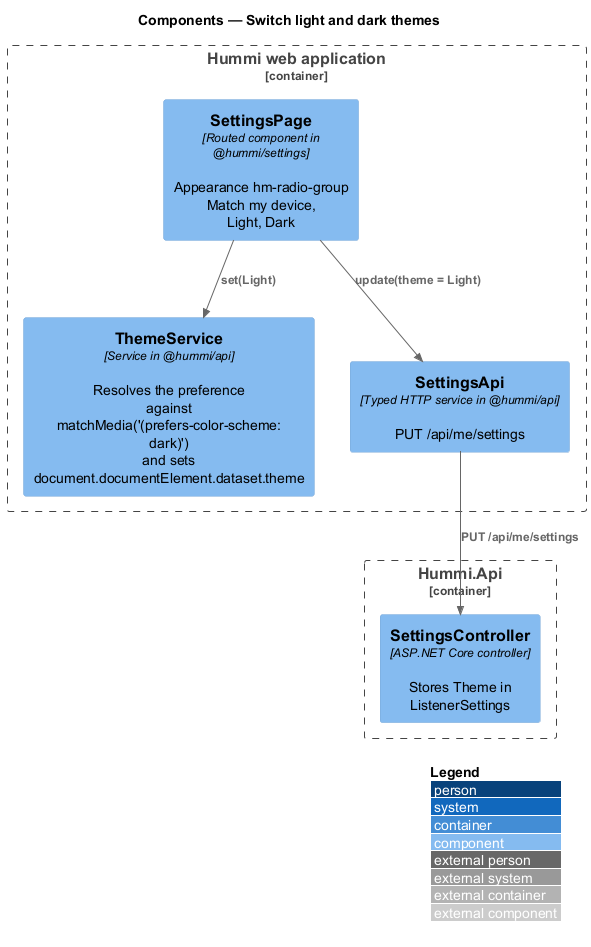
Before: docs/detailed-designs/interface/themes/diagrams/c4-component.png, a diagram exported from PlantUML (QuinntyneBrown/hummi).
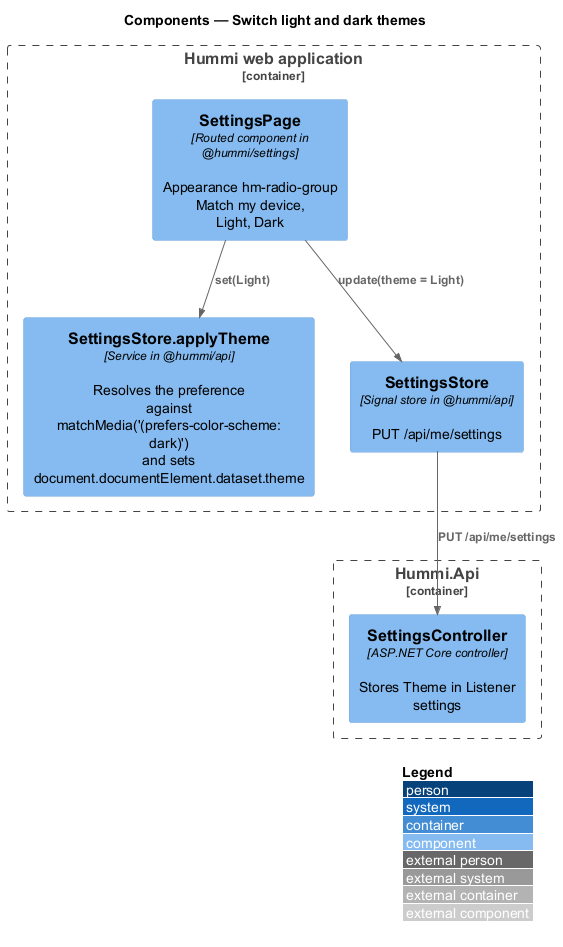
The same diagram one commit later.

Diff of the diagram source:
```diff
@@ -5,11 +5,11 @@
 
 Container_Boundary(spa, "Hummi web application") {
   Component(page, "SettingsPage", "Routed component in @hummi/settings", "Appearance hm-radio-group Match my device,\nLight, Dark")
-  Component(theme, "ThemeService", "Service in @hummi/api", "Resolves the preference against\nmatchMedia('(prefers-color-scheme: dark)')\nand sets\ndocument.documentElement.dataset.theme")
-  Component(client, "SettingsApi", "Typed HTTP service in @hummi/api", "PUT /api/me/settings")
+  Component(theme, "SettingsStore.applyTheme", "Service in @hummi/api", "Resolves the preference against\nmatchMedia('(prefers-color-scheme: dark)')\nand sets\ndocument.documentElement.dataset.theme")
+  Component(client, "SettingsStore", "Signal store in @hummi/api", "PUT /api/me/settings")
 }
 Container_Boundary(api, "Hummi.Api") {
-  Component(ctl, "SettingsController", "ASP.NET Core controller", "Stores Theme in ListenerSettings")
+  Component(ctl, "SettingsController", "ASP.NET Core controller", "Stores Theme in Listener settings")
 }
 Rel(page, theme, "set(Light)")
 Rel(page, client, "update(theme = Light)")
```
